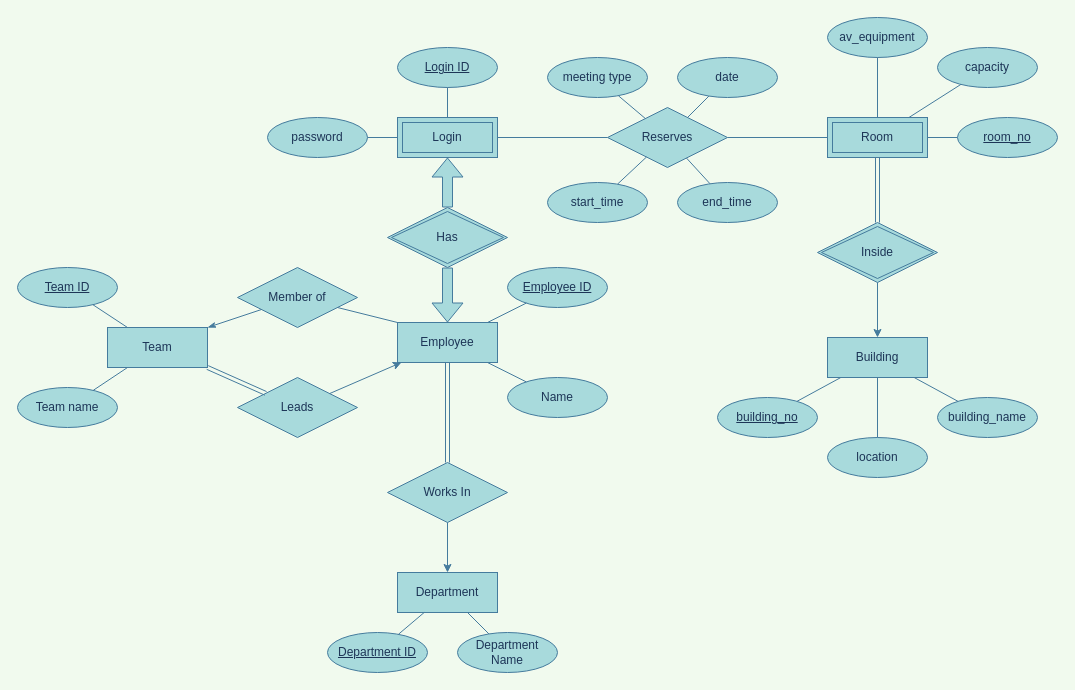
Above: er_design.drawio in caltimmons/bifx530_project (draw.io), before the change. Source tidied: cells renumbered, new cells numbered last; positions are measured from the earlier drawing's top-left corner, leaving out a move shared by most shapes. Both pictures are drawn from the tidied source at 100%, with x=0, y=0 at pixel (17, 17).
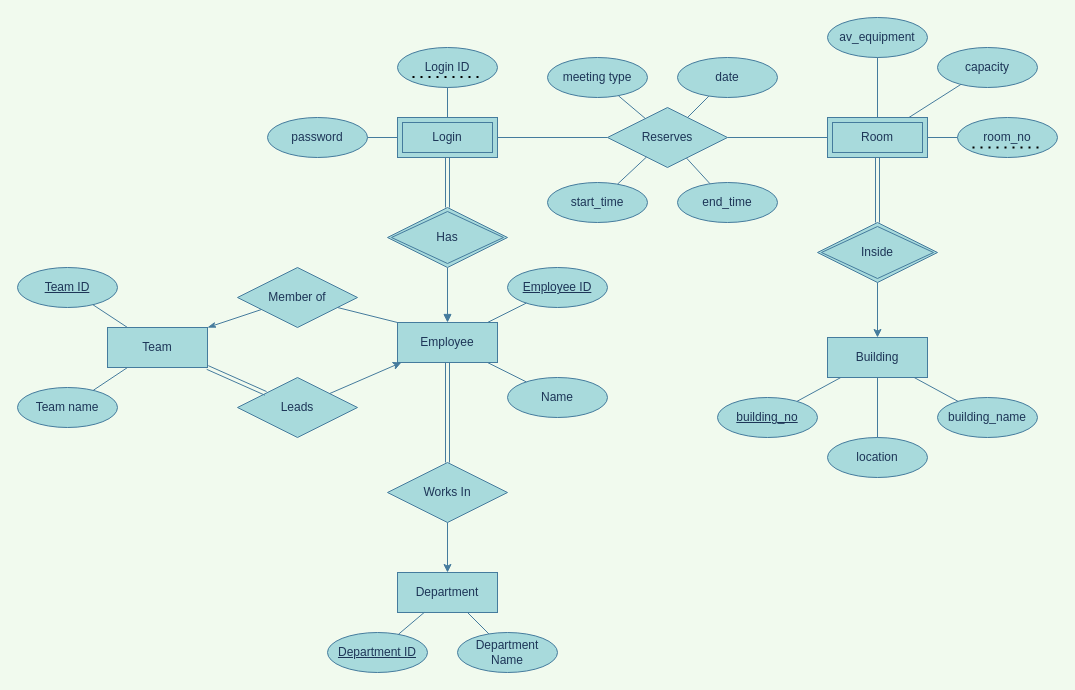
Above is the later version.

Unchanged cells that the change refers to:
```xml
<mxCell id="3" value="Employee" style="whiteSpace=wrap;html=1;align=center;fillColor=#A8DADC;strokeColor=#457B9D;fontColor=#1D3557;" parent="1" vertex="1">
  <mxGeometry x="380" y="305" width="100" height="40" as="geometry" />
</mxCell>
<mxCell id="60" value="Has" style="shape=rhombus;double=1;perimeter=rhombusPerimeter;whiteSpace=wrap;html=1;align=center;strokeColor=#457B9D;fillColor=#A8DADC;fontColor=#1D3557;" parent="1" vertex="1">
  <mxGeometry x="370" y="190" width="120" height="60" as="geometry" />
</mxCell>
<mxCell id="61" value="Login" style="shape=ext;margin=3;double=1;whiteSpace=wrap;html=1;align=center;strokeColor=#457B9D;fillColor=#A8DADC;fontColor=#1D3557;" parent="1" vertex="1">
  <mxGeometry x="380" y="100" width="100" height="40" as="geometry" />
</mxCell>
```

What changed in the source:
```diff
@@
-    <mxCell id="13" value="room_no" style="ellipse;whiteSpace=wrap;html=1;align=center;fontStyle=4;fillColor=#A8DADC;strokeColor=#457B9D;fontColor=#1D3557;" parent="1" vertex="1">
+    <mxCell id="13" value="room_no" style="ellipse;whiteSpace=wrap;html=1;align=center;fontStyle=0;fillColor=#A8DADC;strokeColor=#457B9D;fontColor=#1D3557;" parent="1" vertex="1">
       <mxGeometry x="940" y="100" width="100" height="40" as="geometry" />
     </mxCell>
@@
-    <mxCell id="54" value="&lt;span&gt;Login ID&lt;/span&gt;" style="ellipse;whiteSpace=wrap;html=1;align=center;strokeColor=#457B9D;fillColor=#A8DADC;fontColor=#1D3557;fontStyle=4;" parent="1" vertex="1">
+    <mxCell id="54" value="&lt;span&gt;Login ID&lt;/span&gt;" style="ellipse;whiteSpace=wrap;html=1;align=center;strokeColor=#457B9D;fillColor=#A8DADC;fontColor=#1D3557;fontStyle=0;" parent="1" vertex="1">
       <mxGeometry x="380" y="30" width="100" height="40" as="geometry" />
     </mxCell>
-    <mxCell id="55" style="endArrow=block;html=1;rounded=0;strokeColor=#457B9D;fillColor=#A8DADC;fontColor=#1D3557;shape=flexArrow;" parent="1" edge="1" source="60" target="3">
+    <mxCell id="55" style="endArrow=block;html=1;rounded=0;strokeColor=#457B9D;fillColor=#A8DADC;fontColor=#1D3557;" parent="1" edge="1" source="60" target="3">
       <mxGeometry relative="1" as="geometry" />
     </mxCell>
@@
-    <mxCell id="59" style="rounded=1;jettySize=auto;html=1;strokeColor=#457B9D;fillColor=#A8DADC;fontColor=#1D3557;shape=flexArrow;" parent="1" edge="1" source="60" target="61">
+    <mxCell id="59" style="rounded=1;jettySize=auto;html=1;strokeColor=#457B9D;fillColor=#A8DADC;fontColor=#1D3557;shape=link;" parent="1" edge="1" source="60" target="61">
       <mxGeometry relative="1" as="geometry" />
     </mxCell>
@@
+    <mxCell id="64" style="endArrow=none;dashed=1;html=1;dashPattern=1 3;strokeWidth=2;" parent="1" edge="1">
+      <mxGeometry relative="1" as="geometry">
+        <mxPoint x="395" y="59.5" as="sourcePoint" />
+        <mxPoint x="465" y="59.5" as="targetPoint" />
+        <Array as="points">
+          <mxPoint x="425" y="59.5" />
+        </Array>
+      </mxGeometry>
+    </mxCell>
+    <mxCell id="65" style="endArrow=none;dashed=1;html=1;dashPattern=1 3;strokeWidth=2;" parent="1" edge="1">
+      <mxGeometry relative="1" as="geometry">
+        <mxPoint x="955" y="130" as="sourcePoint" />
+        <mxPoint x="1025" y="130" as="targetPoint" />
+        <Array as="points">
+          <mxPoint x="985" y="130" />
+        </Array>
+      </mxGeometry>
+    </mxCell>
```
